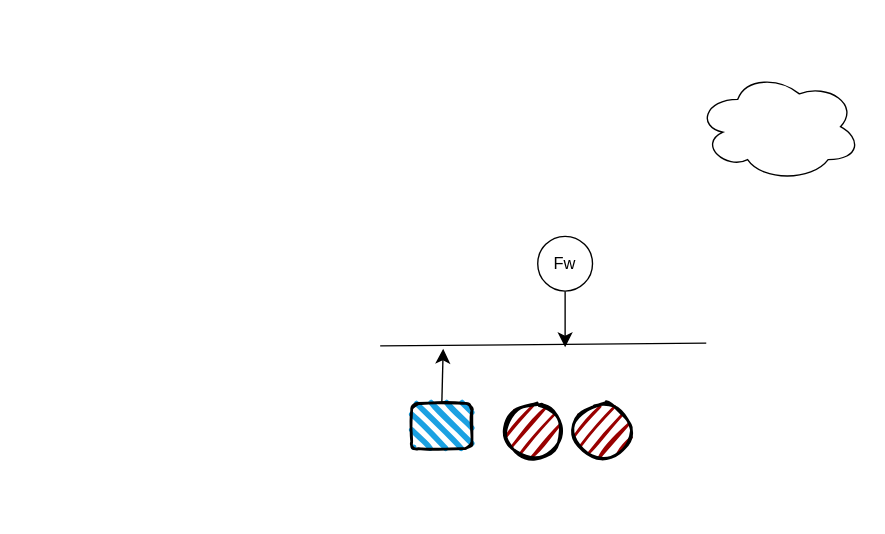
Above: netbird01.drawio in itrmutt/Note_for_20220507 (draw.io), before the change. Source tidied: cells renumbered, new cells numbered last; positions are measured from the earlier drawing's top-left corner, leaving out a move shared by most shapes. Both pictures are drawn from the tidied source at 137%, with x=0, y=0 at pixel (379, 71).
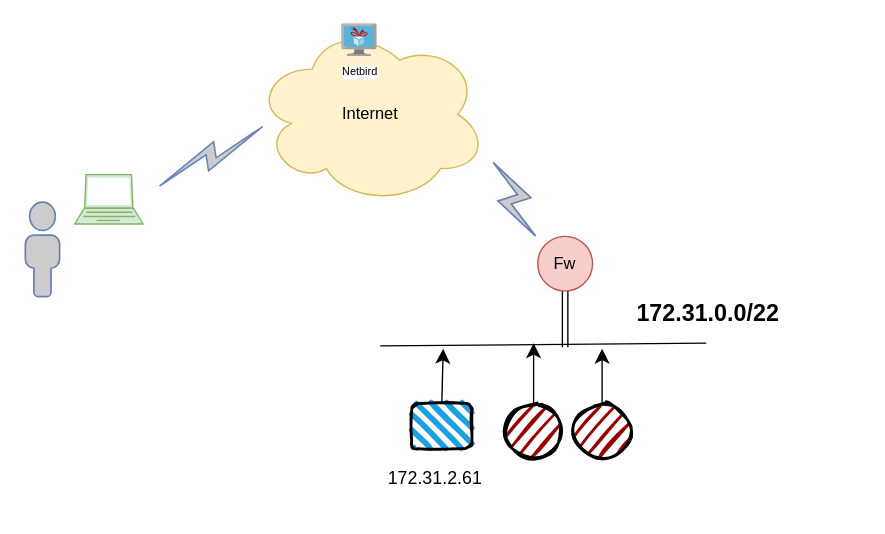
After the change.

Unchanged cells that the change refers to:
```xml
<mxCell id="8" style="ellipse;whiteSpace=wrap;html=1;strokeWidth=2;fillWeight=2;hachureGap=8;fillColor=#990000;fillStyle=dots;sketch=1;" parent="1" vertex="1">
  <mxGeometry x="90" y="242" width="44" height="40" as="geometry" />
</mxCell>
<mxCell id="9" style="ellipse;whiteSpace=wrap;html=1;strokeWidth=2;fillWeight=2;hachureGap=8;fillColor=#990000;fillStyle=dots;sketch=1;" parent="1" vertex="1">
  <mxGeometry x="140" y="242" width="44" height="40" as="geometry" />
</mxCell>
```

What changed in the source:
```diff
@@
-    <mxCell id="2" style="ellipse;shape=cloud;whiteSpace=wrap;html=1;" parent="1" vertex="1">
-      <mxGeometry x="231" width="120" height="80" as="geometry" />
+    <mxCell id="2" value="Internet" style="ellipse;shape=cloud;whiteSpace=wrap;html=1;fillColor=#fff2cc;strokeColor=#d6b656;" parent="1" vertex="1">
+      <mxGeometry x="-92" y="-35" width="170" height="132" as="geometry" />
     </mxCell>
-    <mxCell id="3" style="edgeStyle=none;curved=1;rounded=0;jettySize=auto;html=1;exitX=0.5;exitY=1;exitDx=0;exitDy=0;fontSize=12;startSize=8;endSize=8;" parent="1" edge="1" source="4">
+    <mxCell id="3" style="edgeStyle=none;curved=1;rounded=0;jettySize=auto;html=1;exitX=0.5;exitY=1;exitDx=0;exitDy=0;fontSize=12;shape=link;" parent="1" edge="1" source="4">
       <mxGeometry relative="1" as="geometry">
         <mxPoint x="135" y="201" as="targetPoint" />
       </mxGeometry>
     </mxCell>
-    <mxCell id="4" value="Fw" style="ellipse;whiteSpace=wrap;html=1;" parent="1" vertex="1">
+    <mxCell id="4" value="Fw" style="ellipse;whiteSpace=wrap;html=1;fillColor=#f8cecc;strokeColor=#b85450;" parent="1" vertex="1">
       <mxGeometry x="115" y="120" width="40" height="40" as="geometry" />
     </mxCell>
@@
+    <mxCell id="10" style="edgeStyle=none;curved=1;rounded=0;jettySize=auto;html=1;exitX=0.5;exitY=0;exitDx=0;exitDy=0;fontSize=12;startSize=8;endSize=8;" parent="1" edge="1" source="8">
+      <mxGeometry relative="1" as="geometry">
+        <mxPoint x="112" y="198" as="targetPoint" />
+      </mxGeometry>
+    </mxCell>
@@
+    <mxCell id="11" style="edgeStyle=none;curved=1;rounded=0;jettySize=auto;html=1;exitX=0.5;exitY=0;exitDx=0;exitDy=0;fontSize=12;startSize=8;endSize=8;" parent="1" edge="1" source="9">
+      <mxGeometry relative="1" as="geometry">
+        <mxPoint x="162" y="202" as="targetPoint" />
+      </mxGeometry>
+    </mxCell>
@@
+    <mxCell id="12" style="fontColor=#0066CC;verticalAlign=top;verticalLabelPosition=bottom;labelPosition=center;align=center;html=1;fillColor=#CCCCCC;strokeColor=#6881B3;gradientColor=none;gradientDirection=north;strokeWidth=2;shape=mxgraph.networks.comm_link;rotation=-30;" parent="1" vertex="1">
+      <mxGeometry x="87" y="62" width="22" height="62" as="geometry" />
+    </mxCell>
+    <mxCell id="13" value="172.31.0.0/22" style="text;strokeColor=none;fillColor=none;html=1;fontSize=17;fontStyle=1;verticalAlign=middle;align=center;" parent="1" vertex="1">
+      <mxGeometry x="160" y="157" width="158" height="40" as="geometry" />
+    </mxCell>
+    <mxCell id="14" value="Netbird" style="image;sketch=0;html=1;align=center;fontSize=8;image=img/lib/mscae/Free_Services.svg;" parent="1" vertex="1">
+      <mxGeometry x="-28" y="-35" width="26" height="23.9" as="geometry" />
+    </mxCell>
+    <mxCell id="15" style="verticalAlign=top;verticalLabelPosition=bottom;labelPosition=center;align=center;html=1;fillColor=#d5e8d4;strokeColor=#82b366;gradientDirection=north;strokeWidth=2;shape=mxgraph.networks.laptop;" parent="1" vertex="1">
+      <mxGeometry x="-223" y="75" width="50" height="36" as="geometry" />
+    </mxCell>
+    <mxCell id="16" style="fontColor=#0066CC;verticalAlign=top;verticalLabelPosition=bottom;labelPosition=center;align=center;html=1;fillColor=#CCCCCC;strokeColor=#6881B3;gradientColor=none;gradientDirection=north;strokeWidth=2;shape=mxgraph.networks.user_male;" parent="1" vertex="1">
+      <mxGeometry x="-259" y="95" width="25" height="69" as="geometry" />
+    </mxCell>
+    <mxCell id="17" style="fontColor=#0066CC;verticalAlign=top;verticalLabelPosition=bottom;labelPosition=center;align=center;html=1;fillColor=#CCCCCC;strokeColor=#6881B3;gradientColor=none;gradientDirection=north;strokeWidth=2;shape=mxgraph.networks.comm_link;rotation=60;" parent="1" vertex="1">
+      <mxGeometry x="-131.7" y="18.1" width="16.6" height="87" as="geometry" />
+    </mxCell>
+    <mxCell id="18" value="&lt;span style=&quot;caret-color: rgb(0, 0, 0); color: rgb(0, 0, 0); font-family: helvetica, arial, verdana, sans-serif; font-size: 13px; font-style: normal; font-variant-caps: normal; font-weight: 300; letter-spacing: normal; orphans: auto; text-align: right; text-indent: 0px; text-transform: none; white-space: normal; widows: auto; word-spacing: 0px; -webkit-text-stroke-width: 0px; background-color: rgb(255, 255, 255); text-decoration: none; display: inline !important; float: none;&quot;&gt;172.31.2.61&lt;/span&gt;" style="text;whiteSpace=wrap;html=1;" parent="1" vertex="1">
+      <mxGeometry x="4" y="282" width="97" height="38" as="geometry" />
+    </mxCell>
```
